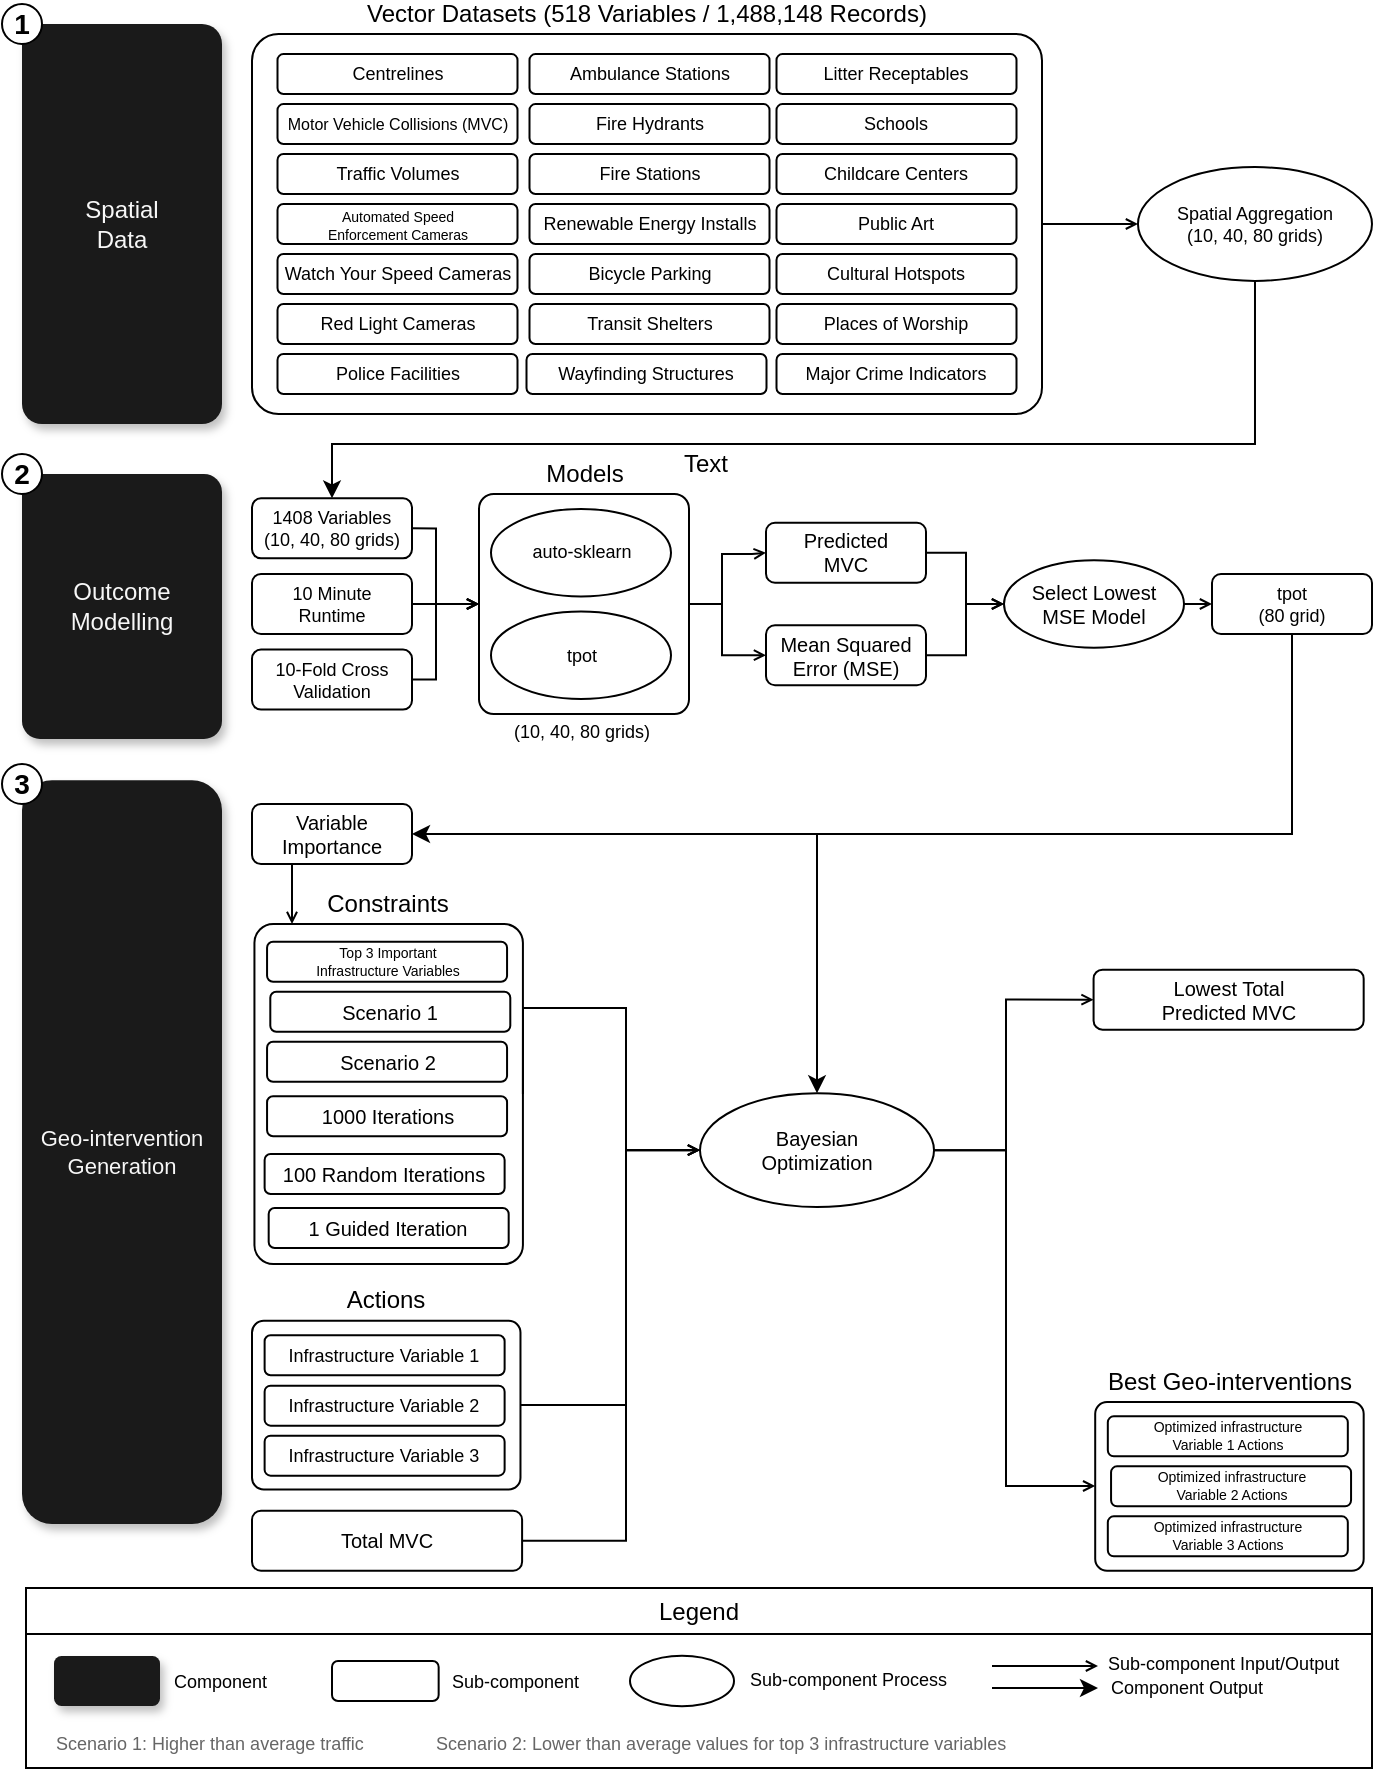
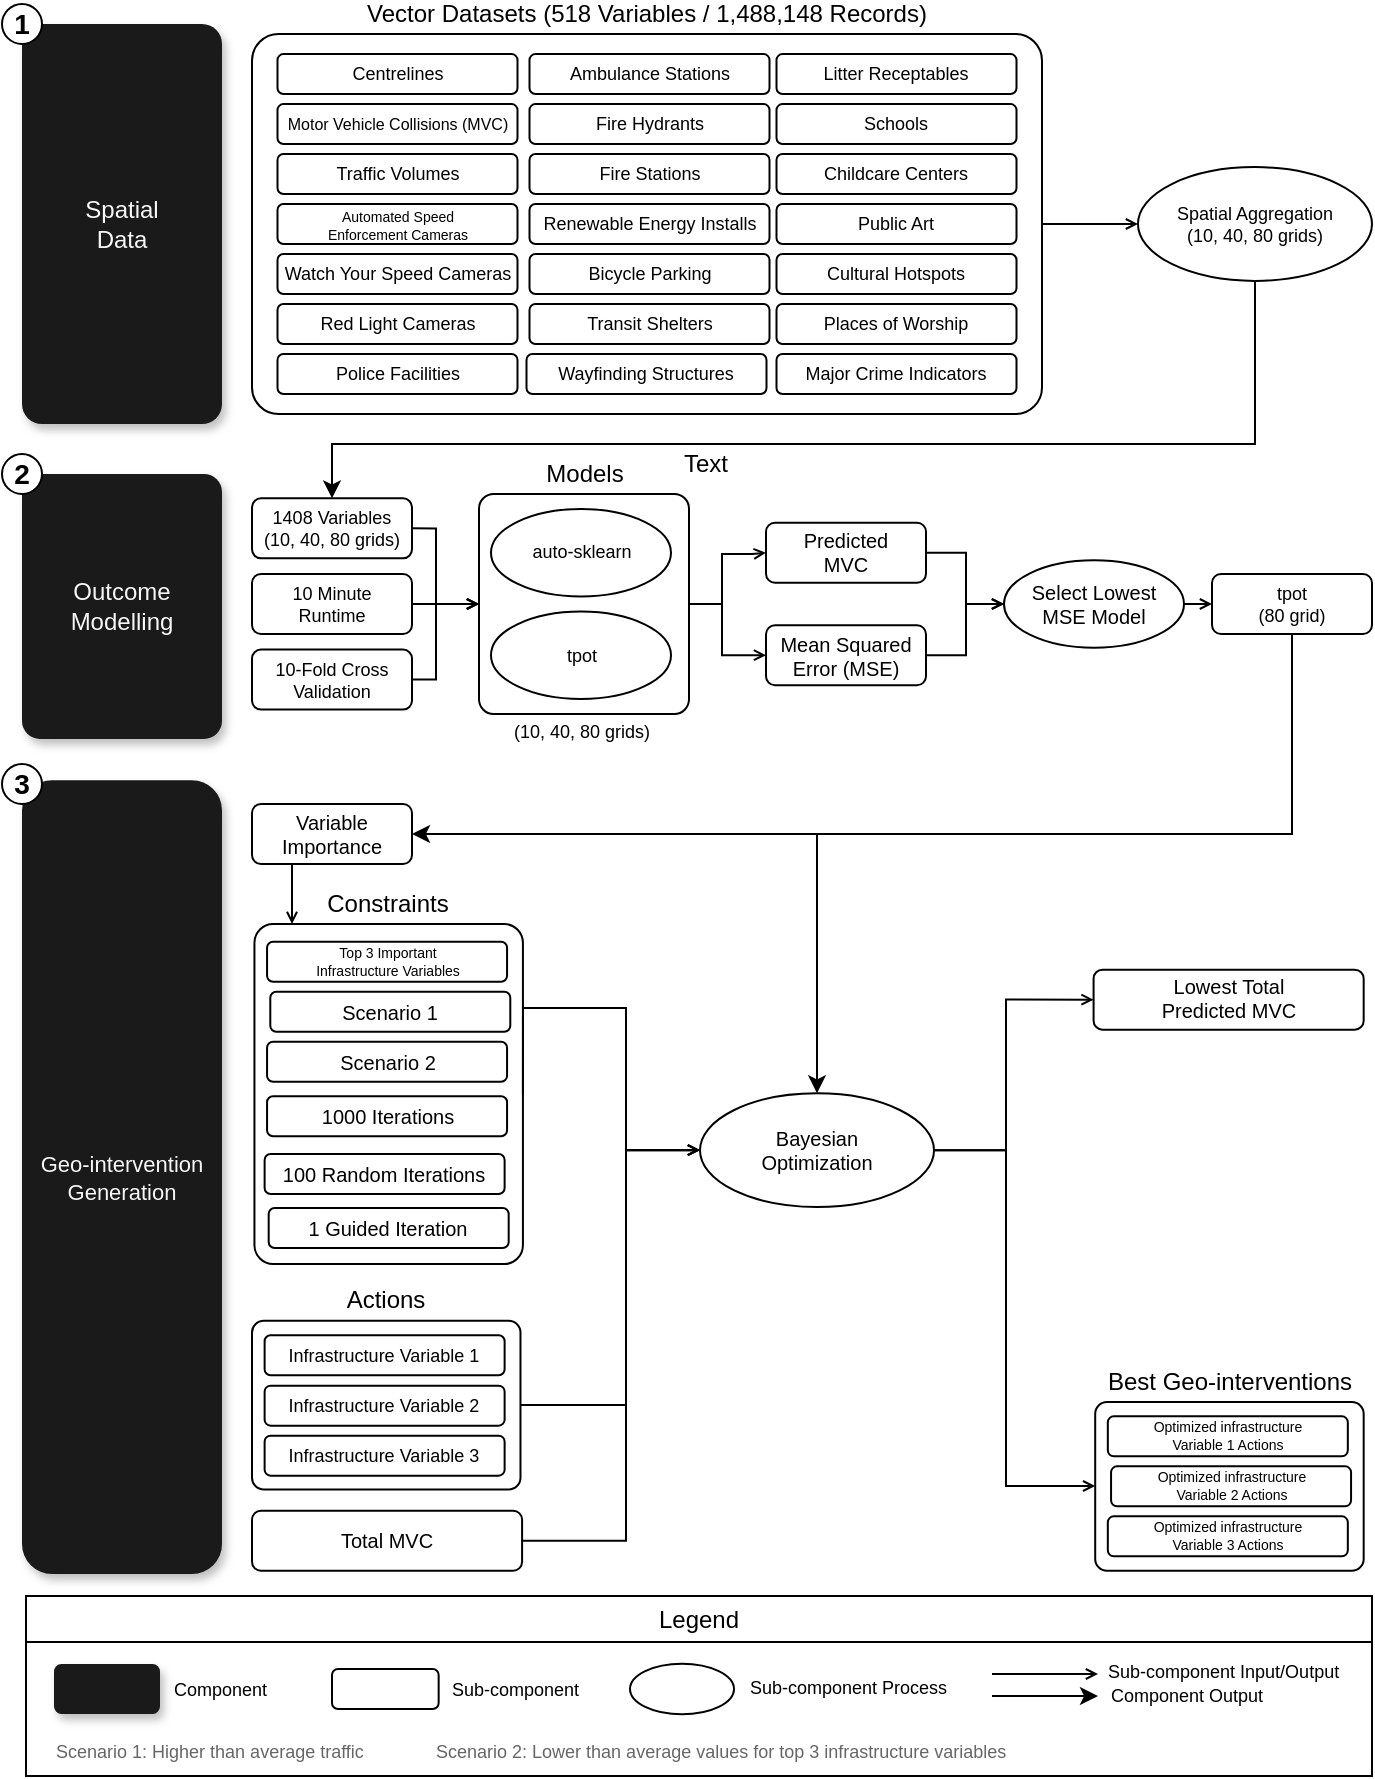
<mxfile host="Electron" agent="Mozilla/5.0 (Macintosh; Intel Mac OS X 10_15_7) AppleWebKit/537.36 (KHTML, like Gecko) draw.io/26.0.9 Chrome/128.0.6613.186 Electron/32.2.5 Safari/537.36" version="26.0.9">
  <diagram name="Page-1" id="8gdRkE0yfgIarTRspHVS">
-     <mxGraphModel dx="1185" dy="659" grid="1" gridSize="5" guides="1" tooltips="1" connect="1" arrows="1" fold="1" page="1" pageScale="1" pageWidth="700" pageHeight="900" math="1" shadow="0">
+     <mxGraphModel dx="701" dy="1154" grid="1" gridSize="5" guides="1" tooltips="1" connect="1" arrows="1" fold="1" page="1" pageScale="1" pageWidth="700" pageHeight="910" math="1" shadow="0">
      <root>
        <mxCell id="0" />
        <mxCell id="1" parent="0" />
        <mxCell id="H4vYK6OcZFrmIF_h3pnX-27" value="Models" style="rounded=1;whiteSpace=wrap;html=1;glass=0;fillColor=none;verticalAlign=top;spacing=0;spacingTop=-22;align=center;fontColor=#000000;strokeColor=#000000;spacingRight=0;spacingLeft=0;arcSize=7;" parent="1" vertex="1">
          <mxGeometry x="246.5" y="255" width="105" height="110" as="geometry" />
        </mxCell>
        <mxCell id="zVcd5So7Ncbx6f7flit7-27" value="1408 Variables&lt;div&gt;(10, 40, 80 grids)&lt;/div&gt;" style="rounded=1;whiteSpace=wrap;html=1;fontSize=9;" parent="1" vertex="1">
          <mxGeometry x="133" y="257.18" width="80" height="30" as="geometry" />
        </mxCell>
        <mxCell id="zVcd5So7Ncbx6f7flit7-28" value="10 Minute&lt;div&gt;Runtime&lt;/div&gt;" style="rounded=1;whiteSpace=wrap;html=1;strokeColor=#000000;fontColor=#000000;fontSize=9;" parent="1" vertex="1">
          <mxGeometry x="133" y="294.99" width="80" height="30" as="geometry" />
        </mxCell>
        <mxCell id="zVcd5So7Ncbx6f7flit7-45" style="edgeStyle=orthogonalEdgeStyle;rounded=0;orthogonalLoop=1;jettySize=auto;html=1;entryX=0;entryY=0.5;entryDx=0;entryDy=0;endArrow=open;endFill=0;endSize=4;startSize=4;exitX=1;exitY=0.5;exitDx=0;exitDy=0;" parent="1" source="H4vYK6OcZFrmIF_h3pnX-27" target="zVcd5So7Ncbx6f7flit7-31" edge="1">
          <mxGeometry relative="1" as="geometry">
            <Array as="points">
              <mxPoint x="368" y="310" />
              <mxPoint x="368" y="285" />
              <mxPoint x="383" y="285" />
            </Array>
          </mxGeometry>
        </mxCell>
        <mxCell id="Uf6OMud8qKE22yOZLW_d-1" style="edgeStyle=orthogonalEdgeStyle;rounded=0;orthogonalLoop=1;jettySize=auto;html=1;entryX=0;entryY=0.5;entryDx=0;entryDy=0;endArrow=open;endFill=0;endSize=4;startSize=4;exitX=1;exitY=0.5;exitDx=0;exitDy=0;" parent="1" source="H4vYK6OcZFrmIF_h3pnX-27" target="zVcd5So7Ncbx6f7flit7-46" edge="1">
          <mxGeometry relative="1" as="geometry">
            <Array as="points">
              <mxPoint x="368" y="310" />
              <mxPoint x="368" y="336" />
            </Array>
          </mxGeometry>
        </mxCell>
        <mxCell id="zVcd5So7Ncbx6f7flit7-30" value="auto-sklearn" style="ellipse;whiteSpace=wrap;html=1;fontColor=#000000;strokeColor=#000000;fontSize=9;" parent="1" vertex="1">
          <mxGeometry x="252.5" y="262.51" width="90" height="43.75" as="geometry" />
        </mxCell>
        <mxCell id="zVcd5So7Ncbx6f7flit7-49" style="edgeStyle=orthogonalEdgeStyle;rounded=0;orthogonalLoop=1;jettySize=auto;html=1;entryX=0;entryY=0.5;entryDx=0;entryDy=0;endArrow=open;endFill=0;endSize=4;startSize=4;" parent="1" source="zVcd5So7Ncbx6f7flit7-31" target="zVcd5So7Ncbx6f7flit7-33" edge="1">
          <mxGeometry relative="1" as="geometry" />
        </mxCell>
        <mxCell id="H4vYK6OcZFrmIF_h3pnX-34" value="Constraints" style="rounded=1;whiteSpace=wrap;html=1;glass=0;fillColor=none;verticalAlign=top;spacing=0;spacingTop=-22;align=center;fontColor=#000000;strokeColor=#000000;spacingRight=0;spacingLeft=0;arcSize=7;labelBackgroundColor=none;" parent="1" vertex="1">
          <mxGeometry x="134.22" y="470" width="134.24" height="170" as="geometry" />
        </mxCell>
        <mxCell id="zVcd5So7Ncbx6f7flit7-31" value="Predicted&lt;div&gt;MVC&lt;/div&gt;" style="rounded=1;whiteSpace=wrap;html=1;fontSize=10;" parent="1" vertex="1">
          <mxGeometry x="390" y="269.38" width="80" height="30" as="geometry" />
        </mxCell>
        <mxCell id="zVcd5So7Ncbx6f7flit7-33" value="Select Lowest&lt;div&gt;MSE Model&lt;/div&gt;" style="ellipse;whiteSpace=wrap;html=1;fontColor=#000000;strokeColor=#000000;fontSize=10;" parent="1" vertex="1">
          <mxGeometry x="509" y="288.12" width="90" height="43.75" as="geometry" />
        </mxCell>
        <mxCell id="zVcd5So7Ncbx6f7flit7-8" value="Vector Datasets (518 Variables / 1,488,148 Records)" style="rounded=1;whiteSpace=wrap;html=1;glass=0;fillColor=none;verticalAlign=top;spacing=0;spacingTop=-22;align=center;fontColor=#000000;strokeColor=#000000;spacingRight=0;spacingLeft=0;arcSize=7;" parent="1" vertex="1">
          <mxGeometry x="133" y="25" width="395" height="190" as="geometry" />
        </mxCell>
        <mxCell id="zVcd5So7Ncbx6f7flit7-48" style="edgeStyle=orthogonalEdgeStyle;rounded=0;orthogonalLoop=1;jettySize=auto;html=1;entryX=0.5;entryY=0;entryDx=0;entryDy=0;fontColor=#000000;exitX=0.5;exitY=1;exitDx=0;exitDy=0;" parent="1" source="zVcd5So7Ncbx6f7flit7-22" target="zVcd5So7Ncbx6f7flit7-27" edge="1">
          <mxGeometry relative="1" as="geometry">
            <Array as="points">
              <mxPoint x="635" y="230" />
              <mxPoint x="173" y="230" />
            </Array>
          </mxGeometry>
        </mxCell>
        <mxCell id="zVcd5So7Ncbx6f7flit7-22" value="Spatial Aggregation&lt;div&gt;(10, 40, 80 grids)&lt;/div&gt;" style="ellipse;whiteSpace=wrap;html=1;fontColor=#000000;strokeColor=#000000;fontSize=9;aspect=fixed;" parent="1" vertex="1">
          <mxGeometry x="575.99" y="91.56" width="117.01" height="56.88" as="geometry" />
        </mxCell>
        <mxCell id="zVcd5So7Ncbx6f7flit7-25" style="edgeStyle=orthogonalEdgeStyle;rounded=0;orthogonalLoop=1;jettySize=auto;html=1;entryX=0;entryY=0.5;entryDx=0;entryDy=0;fontColor=#000000;strokeColor=#000000;endArrow=open;endFill=0;endSize=4;startSize=4;" parent="1" source="zVcd5So7Ncbx6f7flit7-8" target="zVcd5So7Ncbx6f7flit7-22" edge="1">
          <mxGeometry relative="1" as="geometry" />
        </mxCell>
        <mxCell id="zVcd5So7Ncbx6f7flit7-46" value="Mean Squared Error (MSE)" style="rounded=1;whiteSpace=wrap;html=1;fontSize=10;fontColor=#000000;strokeColor=#000000;" parent="1" vertex="1">
          <mxGeometry x="390" y="320.62" width="80" height="30" as="geometry" />
        </mxCell>
        <mxCell id="zVcd5So7Ncbx6f7flit7-59" style="edgeStyle=orthogonalEdgeStyle;rounded=0;orthogonalLoop=1;jettySize=auto;html=1;entryX=0.5;entryY=0;entryDx=0;entryDy=0;endArrow=classic;endFill=1;" parent="1" source="zVcd5So7Ncbx6f7flit7-47" target="zVcd5So7Ncbx6f7flit7-55" edge="1">
          <mxGeometry relative="1" as="geometry">
            <Array as="points">
              <mxPoint x="653" y="425" />
              <mxPoint x="415" y="425" />
            </Array>
          </mxGeometry>
        </mxCell>
        <mxCell id="zVcd5So7Ncbx6f7flit7-64" style="edgeStyle=orthogonalEdgeStyle;rounded=0;orthogonalLoop=1;jettySize=auto;html=1;entryX=1;entryY=0.5;entryDx=0;entryDy=0;strokeColor=#000000;endArrow=classic;endFill=1;" parent="1" source="zVcd5So7Ncbx6f7flit7-47" target="zVcd5So7Ncbx6f7flit7-54" edge="1">
          <mxGeometry relative="1" as="geometry">
            <Array as="points">
              <mxPoint x="653" y="425" />
            </Array>
          </mxGeometry>
        </mxCell>
        <mxCell id="zVcd5So7Ncbx6f7flit7-47" value="&lt;div&gt;tpot&lt;/div&gt;&lt;div&gt;(80 grid)&lt;/div&gt;" style="rounded=1;whiteSpace=wrap;html=1;fontSize=9;" parent="1" vertex="1">
          <mxGeometry x="613" y="295" width="80" height="30" as="geometry" />
        </mxCell>
        <mxCell id="zVcd5So7Ncbx6f7flit7-50" style="edgeStyle=orthogonalEdgeStyle;rounded=0;orthogonalLoop=1;jettySize=auto;html=1;entryX=0;entryY=0.5;entryDx=0;entryDy=0;strokeColor=#000000;endArrow=open;endFill=0;endSize=4;startSize=4;fontColor=#000000;" parent="1" source="zVcd5So7Ncbx6f7flit7-46" target="zVcd5So7Ncbx6f7flit7-33" edge="1">
          <mxGeometry relative="1" as="geometry" />
        </mxCell>
        <mxCell id="zVcd5So7Ncbx6f7flit7-60" style="edgeStyle=orthogonalEdgeStyle;rounded=0;orthogonalLoop=1;jettySize=auto;html=1;endArrow=open;endFill=0;endSize=4;startSize=4;exitX=1;exitY=0.5;exitDx=0;exitDy=0;entryX=0;entryY=0.5;entryDx=0;entryDy=0;" parent="1" source="H4vYK6OcZFrmIF_h3pnX-57" target="zVcd5So7Ncbx6f7flit7-55" edge="1">
          <mxGeometry relative="1" as="geometry">
            <mxPoint x="285.24" y="619.1" as="sourcePoint" />
            <mxPoint x="410" y="610" as="targetPoint" />
            <Array as="points">
              <mxPoint x="320" y="710" />
              <mxPoint x="320" y="583" />
            </Array>
          </mxGeometry>
        </mxCell>
        <mxCell id="zVcd5So7Ncbx6f7flit7-62" style="edgeStyle=orthogonalEdgeStyle;rounded=0;orthogonalLoop=1;jettySize=auto;html=1;entryX=0;entryY=0.5;entryDx=0;entryDy=0;endArrow=open;endFill=0;endSize=4;startSize=4;exitX=1;exitY=0.5;exitDx=0;exitDy=0;" parent="1" source="H4vYK6OcZFrmIF_h3pnX-34" target="zVcd5So7Ncbx6f7flit7-55" edge="1">
          <mxGeometry relative="1" as="geometry">
            <Array as="points">
              <mxPoint x="320" y="512" />
              <mxPoint x="320" y="583" />
              <mxPoint x="357" y="583" />
            </Array>
          </mxGeometry>
        </mxCell>
        <mxCell id="zVcd5So7Ncbx6f7flit7-63" style="edgeStyle=orthogonalEdgeStyle;rounded=0;orthogonalLoop=1;jettySize=auto;html=1;fontColor=#000000;strokeColor=#000000;endArrow=open;endFill=0;endSize=4;startSize=4;exitX=0.25;exitY=1;exitDx=0;exitDy=0;" parent="1" source="zVcd5So7Ncbx6f7flit7-54" edge="1">
          <mxGeometry relative="1" as="geometry">
            <mxPoint x="155" y="450" as="sourcePoint" />
            <mxPoint x="153" y="470" as="targetPoint" />
            <Array as="points">
              <mxPoint x="153" y="470" />
            </Array>
          </mxGeometry>
        </mxCell>
        <mxCell id="zVcd5So7Ncbx6f7flit7-54" value="&lt;div&gt;Variable Importance&lt;/div&gt;" style="rounded=1;whiteSpace=wrap;html=1;strokeColor=#000000;fontColor=#000000;fontSize=10;" parent="1" vertex="1">
          <mxGeometry x="133" y="410" width="80" height="30" as="geometry" />
        </mxCell>
        <mxCell id="zVcd5So7Ncbx6f7flit7-66" style="edgeStyle=orthogonalEdgeStyle;rounded=0;orthogonalLoop=1;jettySize=auto;html=1;entryX=0;entryY=0.5;entryDx=0;entryDy=0;endArrow=open;endFill=0;endSize=4;startSize=4;exitX=1;exitY=0.5;exitDx=0;exitDy=0;" parent="1" source="zVcd5So7Ncbx6f7flit7-55" target="H4vYK6OcZFrmIF_h3pnX-66" edge="1">
          <mxGeometry relative="1" as="geometry">
            <mxPoint x="559" y="515" as="targetPoint" />
            <Array as="points">
              <mxPoint x="510" y="583" />
              <mxPoint x="510" y="508" />
            </Array>
          </mxGeometry>
        </mxCell>
        <mxCell id="zVcd5So7Ncbx6f7flit7-67" style="edgeStyle=orthogonalEdgeStyle;rounded=0;orthogonalLoop=1;jettySize=auto;html=1;entryX=0;entryY=0.5;entryDx=0;entryDy=0;endArrow=open;endFill=0;endSize=4;startSize=4;exitX=1;exitY=0.5;exitDx=0;exitDy=0;" parent="1" source="zVcd5So7Ncbx6f7flit7-55" target="H4vYK6OcZFrmIF_h3pnX-62" edge="1">
          <mxGeometry relative="1" as="geometry">
            <mxPoint x="559" y="625.96" as="targetPoint" />
            <Array as="points">
              <mxPoint x="510" y="583" />
              <mxPoint x="510" y="751" />
              <mxPoint x="555" y="751" />
            </Array>
          </mxGeometry>
        </mxCell>
        <mxCell id="zVcd5So7Ncbx6f7flit7-55" value="Bayesian&lt;div&gt;Optimization&lt;/div&gt;" style="ellipse;whiteSpace=wrap;html=1;fontColor=#000000;strokeColor=#000000;fontSize=10;" parent="1" vertex="1">
          <mxGeometry x="357" y="554.66" width="117.01" height="56.88" as="geometry" />
        </mxCell>
        <mxCell id="zVcd5So7Ncbx6f7flit7-65" style="edgeStyle=orthogonalEdgeStyle;rounded=0;orthogonalLoop=1;jettySize=auto;html=1;entryX=0;entryY=0.5;entryDx=0;entryDy=0;endArrow=open;endFill=0;endSize=4;startSize=4;exitX=1;exitY=0.5;exitDx=0;exitDy=0;" parent="1" source="H4vYK6OcZFrmIF_h3pnX-61" target="zVcd5So7Ncbx6f7flit7-55" edge="1">
          <mxGeometry relative="1" as="geometry">
            <mxPoint x="297.07000000000005" y="683.46" as="sourcePoint" />
            <Array as="points">
              <mxPoint x="320" y="778" />
              <mxPoint x="320" y="583" />
            </Array>
          </mxGeometry>
        </mxCell>
        <mxCell id="zVcd5So7Ncbx6f7flit7-68" value="Spatial&lt;div&gt;Data&lt;/div&gt;" style="rounded=1;whiteSpace=wrap;html=1;fillColor=#1A1A1A;strokeColor=none;shadow=1;fontColor=#F7F7F7;arcSize=10;" parent="1" vertex="1">
          <mxGeometry x="18" y="20" width="100" height="200" as="geometry" />
        </mxCell>
        <mxCell id="zVcd5So7Ncbx6f7flit7-69" value="Outcome&lt;div&gt;Modelling&lt;/div&gt;" style="rounded=1;whiteSpace=wrap;html=1;fillColor=#1A1A1A;strokeColor=none;shadow=1;fontColor=#F7F7F7;arcSize=9;" parent="1" vertex="1">
          <mxGeometry x="18" y="245" width="100" height="132.49" as="geometry" />
        </mxCell>
        <mxCell id="zVcd5So7Ncbx6f7flit7-70" value="1" style="ellipse;whiteSpace=wrap;html=1;aspect=fixed;fontStyle=1;fontSize=14;strokeWidth=1;" parent="1" vertex="1">
          <mxGeometry x="8" y="10" width="20" height="20" as="geometry" />
        </mxCell>
        <mxCell id="zVcd5So7Ncbx6f7flit7-71" value="2" style="ellipse;whiteSpace=wrap;html=1;aspect=fixed;fontStyle=1;fontSize=14;strokeWidth=1;" parent="1" vertex="1">
          <mxGeometry x="8" y="235" width="20" height="20" as="geometry" />
        </mxCell>
        <mxCell id="zVcd5So7Ncbx6f7flit7-72" value="Geo-intervention&lt;div&gt;Generation&lt;/div&gt;" style="rounded=1;whiteSpace=wrap;html=1;fillColor=#1A1A1A;strokeColor=none;shadow=1;fontColor=#F7F7F7;rotation=0;fontSize=11;" parent="1" vertex="1">
-           <mxGeometry x="18" y="398.13" width="100" height="371.87" as="geometry" />
+           <mxGeometry x="18" y="398.13" width="100" height="396.87" as="geometry" />
        </mxCell>
        <mxCell id="zVcd5So7Ncbx6f7flit7-73" value="3" style="ellipse;whiteSpace=wrap;html=1;aspect=fixed;fontStyle=1;fontSize=14;strokeWidth=1;" parent="1" vertex="1">
          <mxGeometry x="8" y="390" width="20" height="20" as="geometry" />
        </mxCell>
        <mxCell id="zVcd5So7Ncbx6f7flit7-83" value="" style="rounded=0;whiteSpace=wrap;html=1;" parent="1" vertex="1">
-           <mxGeometry x="20" y="822" width="673" height="70" as="geometry" />
+           <mxGeometry x="20" y="826" width="673" height="70" as="geometry" />
        </mxCell>
        <mxCell id="zVcd5So7Ncbx6f7flit7-108" value="Legend" style="rounded=0;whiteSpace=wrap;html=1;" parent="1" vertex="1">
-           <mxGeometry x="20" y="802" width="673" height="23" as="geometry" />
+           <mxGeometry x="20" y="806" width="673" height="23" as="geometry" />
        </mxCell>
        <mxCell id="H4vYK6OcZFrmIF_h3pnX-1" value="Centrelines" style="rounded=1;whiteSpace=wrap;html=1;fontSize=9;" parent="1" vertex="1">
          <mxGeometry x="145.75" y="35.040000000000006" width="120" height="20" as="geometry" />
        </mxCell>
        <mxCell id="H4vYK6OcZFrmIF_h3pnX-2" value="Motor Vehicle Collisions (MVC)" style="rounded=1;whiteSpace=wrap;html=1;fontSize=8;" parent="1" vertex="1">
          <mxGeometry x="145.75" y="60.03999999999999" width="120" height="20" as="geometry" />
        </mxCell>
        <mxCell id="H4vYK6OcZFrmIF_h3pnX-3" value="Ambulance Stations" style="rounded=1;whiteSpace=wrap;html=1;fontSize=9;" parent="1" vertex="1">
          <mxGeometry x="271.75" y="35.040000000000006" width="120" height="20" as="geometry" />
        </mxCell>
        <mxCell id="H4vYK6OcZFrmIF_h3pnX-4" value="Fire Hydrants" style="rounded=1;whiteSpace=wrap;html=1;fontSize=9;" parent="1" vertex="1">
          <mxGeometry x="271.75" y="60.03999999999999" width="120" height="20" as="geometry" />
        </mxCell>
        <mxCell id="H4vYK6OcZFrmIF_h3pnX-5" value="Litter Receptables" style="rounded=1;whiteSpace=wrap;html=1;fontSize=9;" parent="1" vertex="1">
          <mxGeometry x="395.25" y="35.040000000000006" width="120" height="20" as="geometry" />
        </mxCell>
        <mxCell id="H4vYK6OcZFrmIF_h3pnX-6" value="Schools" style="rounded=1;whiteSpace=wrap;html=1;fontSize=9;" parent="1" vertex="1">
          <mxGeometry x="395.25" y="60.03999999999999" width="120" height="20" as="geometry" />
        </mxCell>
        <mxCell id="H4vYK6OcZFrmIF_h3pnX-7" value="Traffic Volumes" style="rounded=1;whiteSpace=wrap;html=1;fontSize=9;" parent="1" vertex="1">
          <mxGeometry x="145.75" y="84.98" width="120" height="20" as="geometry" />
        </mxCell>
        <mxCell id="H4vYK6OcZFrmIF_h3pnX-8" value="Fire Stations" style="rounded=1;whiteSpace=wrap;html=1;fontSize=9;" parent="1" vertex="1">
          <mxGeometry x="271.75" y="84.98" width="120" height="20" as="geometry" />
        </mxCell>
        <mxCell id="H4vYK6OcZFrmIF_h3pnX-9" value="Childcare Centers" style="rounded=1;whiteSpace=wrap;html=1;fontSize=9;" parent="1" vertex="1">
          <mxGeometry x="395.25" y="84.98" width="120" height="20" as="geometry" />
        </mxCell>
        <mxCell id="H4vYK6OcZFrmIF_h3pnX-12" value="&lt;span style=&quot;font-size: 7px;&quot;&gt;Automated Speed&lt;/span&gt;&lt;div style=&quot;font-size: 7px;&quot;&gt;Enforcement Cameras&lt;/div&gt;" style="rounded=1;whiteSpace=wrap;html=1;fontSize=9;" parent="1" vertex="1">
          <mxGeometry x="145.75" y="109.98" width="120" height="20" as="geometry" />
        </mxCell>
        <mxCell id="H4vYK6OcZFrmIF_h3pnX-13" value="Watch Your Speed Cameras" style="rounded=1;whiteSpace=wrap;html=1;fontSize=9;" parent="1" vertex="1">
          <mxGeometry x="145.75" y="134.98" width="120" height="20" as="geometry" />
        </mxCell>
        <mxCell id="H4vYK6OcZFrmIF_h3pnX-14" value="Red Light Cameras" style="rounded=1;whiteSpace=wrap;html=1;fontSize=9;" parent="1" vertex="1">
          <mxGeometry x="145.75" y="159.98" width="120" height="20" as="geometry" />
        </mxCell>
        <mxCell id="H4vYK6OcZFrmIF_h3pnX-15" value="Police Facilities" style="rounded=1;whiteSpace=wrap;html=1;fontSize=9;" parent="1" vertex="1">
          <mxGeometry x="145.75" y="184.98" width="120" height="20" as="geometry" />
        </mxCell>
        <mxCell id="H4vYK6OcZFrmIF_h3pnX-16" value="Renewable Energy Installs" style="rounded=1;whiteSpace=wrap;html=1;fontSize=9;" parent="1" vertex="1">
          <mxGeometry x="271.75" y="109.98" width="120" height="20" as="geometry" />
        </mxCell>
        <mxCell id="H4vYK6OcZFrmIF_h3pnX-17" value="Bicycle Parking" style="rounded=1;whiteSpace=wrap;html=1;fontSize=9;" parent="1" vertex="1">
          <mxGeometry x="271.75" y="134.98" width="120" height="20" as="geometry" />
        </mxCell>
        <mxCell id="H4vYK6OcZFrmIF_h3pnX-18" value="Transit Shelters" style="rounded=1;whiteSpace=wrap;html=1;fontSize=9;" parent="1" vertex="1">
          <mxGeometry x="271.75" y="159.98" width="120" height="20" as="geometry" />
        </mxCell>
        <mxCell id="H4vYK6OcZFrmIF_h3pnX-19" value="Wayfinding Structures" style="rounded=1;whiteSpace=wrap;html=1;fontSize=9;" parent="1" vertex="1">
          <mxGeometry x="270.25" y="184.98" width="120" height="20" as="geometry" />
        </mxCell>
        <mxCell id="H4vYK6OcZFrmIF_h3pnX-20" value="Public Art" style="rounded=1;whiteSpace=wrap;html=1;fontSize=9;" parent="1" vertex="1">
          <mxGeometry x="395.25" y="109.99000000000001" width="120" height="20" as="geometry" />
        </mxCell>
        <mxCell id="H4vYK6OcZFrmIF_h3pnX-21" value="Cultural Hotspots" style="rounded=1;whiteSpace=wrap;html=1;fontSize=9;" parent="1" vertex="1">
          <mxGeometry x="395.25" y="134.98" width="120" height="20" as="geometry" />
        </mxCell>
        <mxCell id="H4vYK6OcZFrmIF_h3pnX-22" value="Places of Worship" style="rounded=1;whiteSpace=wrap;html=1;fontSize=9;" parent="1" vertex="1">
          <mxGeometry x="395.25" y="159.98" width="120" height="20" as="geometry" />
        </mxCell>
        <mxCell id="H4vYK6OcZFrmIF_h3pnX-23" value="Major Crime Indicators" style="rounded=1;whiteSpace=wrap;html=1;fontSize=9;" parent="1" vertex="1">
          <mxGeometry x="395.25" y="184.98" width="120" height="20" as="geometry" />
        </mxCell>
        <mxCell id="H4vYK6OcZFrmIF_h3pnX-26" value="tpot" style="ellipse;whiteSpace=wrap;html=1;fontColor=#000000;strokeColor=#000000;fontSize=9;" parent="1" vertex="1">
          <mxGeometry x="252.5" y="313.74" width="90" height="43.75" as="geometry" />
        </mxCell>
        <mxCell id="H4vYK6OcZFrmIF_h3pnX-31" style="edgeStyle=orthogonalEdgeStyle;rounded=0;orthogonalLoop=1;jettySize=auto;html=1;entryX=0;entryY=0.5;entryDx=0;entryDy=0;endArrow=open;endFill=0;endSize=4;startSize=4;exitX=1;exitY=0.5;exitDx=0;exitDy=0;" parent="1" source="zVcd5So7Ncbx6f7flit7-27" target="H4vYK6OcZFrmIF_h3pnX-27" edge="1">
          <mxGeometry relative="1" as="geometry">
            <mxPoint x="218" y="286.02" as="sourcePoint" />
            <mxPoint x="252" y="255.01999999999998" as="targetPoint" />
            <Array as="points">
              <mxPoint x="225" y="272" />
              <mxPoint x="225" y="310" />
            </Array>
          </mxGeometry>
        </mxCell>
        <mxCell id="H4vYK6OcZFrmIF_h3pnX-32" style="edgeStyle=orthogonalEdgeStyle;rounded=0;orthogonalLoop=1;jettySize=auto;html=1;entryX=0;entryY=0.5;entryDx=0;entryDy=0;strokeColor=#000000;endArrow=open;endFill=0;endSize=4;startSize=4;fontColor=#000000;exitX=1;exitY=0.5;exitDx=0;exitDy=0;" parent="1" source="zVcd5So7Ncbx6f7flit7-33" target="zVcd5So7Ncbx6f7flit7-47" edge="1">
          <mxGeometry relative="1" as="geometry">
            <mxPoint x="468" y="341" as="sourcePoint" />
            <mxPoint x="508" y="315" as="targetPoint" />
          </mxGeometry>
        </mxCell>
        <mxCell id="H4vYK6OcZFrmIF_h3pnX-33" value="(10, 40, 80 grids)" style="text;html=1;align=center;verticalAlign=middle;whiteSpace=wrap;rounded=0;fontSize=9;" parent="1" vertex="1">
          <mxGeometry x="244.75" y="361" width="105.5" height="25" as="geometry" />
        </mxCell>
        <mxCell id="H4vYK6OcZFrmIF_h3pnX-48" value="&lt;font&gt;Scenario 1: Higher than average traffic&lt;/font&gt;" style="text;html=1;align=left;verticalAlign=middle;whiteSpace=wrap;rounded=0;fontSize=9;fontColor=#666666;" parent="1" vertex="1">
-           <mxGeometry x="33" y="872" width="160" height="15" as="geometry" />
+           <mxGeometry x="33" y="876" width="160" height="15" as="geometry" />
        </mxCell>
        <mxCell id="H4vYK6OcZFrmIF_h3pnX-49" value="&lt;font&gt;Scenario 2: Lower than average values for top 3 infrastructure variables&lt;/font&gt;" style="text;html=1;align=left;verticalAlign=middle;whiteSpace=wrap;rounded=0;fontSize=9;fontColor=#666666;" parent="1" vertex="1">
-           <mxGeometry x="223.25" y="872" width="309.75" height="15" as="geometry" />
+           <mxGeometry x="223.25" y="876" width="309.75" height="15" as="geometry" />
        </mxCell>
        <mxCell id="H4vYK6OcZFrmIF_h3pnX-50" value="" style="group" parent="1" vertex="1" connectable="0">
-           <mxGeometry x="503" y="841" width="53" height="11" as="geometry" />
+           <mxGeometry x="503" y="845" width="53" height="11" as="geometry" />
        </mxCell>
        <mxCell id="zVcd5So7Ncbx6f7flit7-89" style="edgeStyle=orthogonalEdgeStyle;rounded=0;orthogonalLoop=1;jettySize=auto;html=1;endArrow=open;endFill=0;endSize=4;startSize=4;" parent="H4vYK6OcZFrmIF_h3pnX-50" edge="1">
          <mxGeometry relative="1" as="geometry">
            <mxPoint as="sourcePoint" />
            <mxPoint x="53" as="targetPoint" />
          </mxGeometry>
        </mxCell>
        <mxCell id="zVcd5So7Ncbx6f7flit7-90" value="Sub-component Input/Output" style="edgeLabel;html=1;align=left;verticalAlign=middle;resizable=0;points=[];fontSize=9;" parent="zVcd5So7Ncbx6f7flit7-89" vertex="1" connectable="0">
          <mxGeometry x="0.24" y="-3" relative="1" as="geometry">
            <mxPoint x="23" y="-4" as="offset" />
          </mxGeometry>
        </mxCell>
        <mxCell id="zVcd5So7Ncbx6f7flit7-97" style="rounded=0;orthogonalLoop=1;jettySize=auto;html=1;" parent="H4vYK6OcZFrmIF_h3pnX-50" edge="1">
          <mxGeometry relative="1" as="geometry">
            <mxPoint y="11" as="sourcePoint" />
            <mxPoint x="53" y="11" as="targetPoint" />
          </mxGeometry>
        </mxCell>
        <mxCell id="zVcd5So7Ncbx6f7flit7-98" value="Component Output" style="edgeLabel;html=1;align=center;verticalAlign=middle;resizable=0;points=[];fontSize=9;" parent="zVcd5So7Ncbx6f7flit7-97" vertex="1" connectable="0">
          <mxGeometry x="0.1282" y="-2" relative="1" as="geometry">
            <mxPoint x="67" y="-2" as="offset" />
          </mxGeometry>
        </mxCell>
        <mxCell id="zVcd5So7Ncbx6f7flit7-93" value="" style="rounded=1;whiteSpace=wrap;html=1;fillColor=#1A1A1A;strokeColor=none;shadow=1;fontColor=#F7F7F7;rotation=0;fontSize=11;" parent="1" vertex="1">
-           <mxGeometry x="34" y="836" width="53" height="25" as="geometry" />
+           <mxGeometry x="34" y="840" width="53" height="25" as="geometry" />
        </mxCell>
        <mxCell id="zVcd5So7Ncbx6f7flit7-94" value="Component" style="text;html=1;align=left;verticalAlign=middle;whiteSpace=wrap;rounded=0;fontSize=9;" parent="1" vertex="1">
-           <mxGeometry x="92" y="843.5" width="115" height="10" as="geometry" />
+           <mxGeometry x="92" y="847.5" width="115" height="10" as="geometry" />
        </mxCell>
        <mxCell id="zVcd5So7Ncbx6f7flit7-105" value="" style="group" parent="1" vertex="1" connectable="0">
-           <mxGeometry x="298" y="835.85" width="173" height="25.29000000000002" as="geometry" />
+           <mxGeometry x="298" y="839.85" width="173" height="25.29000000000002" as="geometry" />
        </mxCell>
        <mxCell id="zVcd5So7Ncbx6f7flit7-103" value="" style="ellipse;whiteSpace=wrap;html=1;fontColor=#000000;strokeColor=#000000;fontSize=12;aspect=fixed;" parent="zVcd5So7Ncbx6f7flit7-105" vertex="1">
          <mxGeometry x="24" width="52" height="25.29" as="geometry" />
        </mxCell>
        <mxCell id="zVcd5So7Ncbx6f7flit7-104" value="Sub-component Process" style="text;html=1;align=left;verticalAlign=middle;whiteSpace=wrap;rounded=0;fontSize=9;" parent="zVcd5So7Ncbx6f7flit7-105" vertex="1">
          <mxGeometry x="82" y="7.639999999999986" width="115" height="10" as="geometry" />
        </mxCell>
        <mxCell id="H4vYK6OcZFrmIF_h3pnX-51" value="" style="group" parent="1" vertex="1" connectable="0">
-           <mxGeometry x="173" y="838.5" width="173" height="20" as="geometry" />
+           <mxGeometry x="173" y="842.5" width="173" height="20" as="geometry" />
        </mxCell>
        <mxCell id="zVcd5So7Ncbx6f7flit7-91" value="Sub-component" style="text;html=1;align=left;verticalAlign=middle;whiteSpace=wrap;rounded=0;fontSize=9;" parent="H4vYK6OcZFrmIF_h3pnX-51" vertex="1">
          <mxGeometry x="58" y="5" width="115" height="10" as="geometry" />
        </mxCell>
        <mxCell id="zVcd5So7Ncbx6f7flit7-84" value="" style="rounded=1;whiteSpace=wrap;html=1;fontSize=9;align=left;spacing=0;spacingLeft=60;aspect=fixed;" parent="H4vYK6OcZFrmIF_h3pnX-51" vertex="1">
          <mxGeometry width="53.33" height="20" as="geometry" />
        </mxCell>
        <mxCell id="H4vYK6OcZFrmIF_h3pnX-52" value="&lt;span&gt;Top 3 Important&lt;/span&gt;&lt;div&gt;&lt;span&gt;Infrastructure Variables&lt;/span&gt;&lt;/div&gt;" style="rounded=1;whiteSpace=wrap;html=1;fontSize=7;" parent="1" vertex="1">
          <mxGeometry x="140.53" y="478.91" width="120" height="20" as="geometry" />
        </mxCell>
        <mxCell id="H4vYK6OcZFrmIF_h3pnX-54" value="&lt;span&gt;Scenario 1&lt;/span&gt;" style="rounded=1;whiteSpace=wrap;html=1;fontSize=10;" parent="1" vertex="1">
          <mxGeometry x="142.15" y="503.91" width="120" height="20" as="geometry" />
        </mxCell>
        <mxCell id="H4vYK6OcZFrmIF_h3pnX-55" value="&lt;span&gt;Scenario 2&lt;/span&gt;" style="rounded=1;whiteSpace=wrap;html=1;fontSize=10;" parent="1" vertex="1">
          <mxGeometry x="140.53" y="528.9100000000001" width="120" height="20" as="geometry" />
        </mxCell>
        <mxCell id="H4vYK6OcZFrmIF_h3pnX-57" value="Actions" style="rounded=1;whiteSpace=wrap;html=1;glass=0;fillColor=none;verticalAlign=top;spacing=0;spacingTop=-22;align=center;fontColor=#000000;strokeColor=#000000;spacingRight=0;spacingLeft=0;arcSize=7;labelBackgroundColor=none;" parent="1" vertex="1">
          <mxGeometry x="133" y="668.36" width="134.24" height="84.36" as="geometry" />
        </mxCell>
        <mxCell id="H4vYK6OcZFrmIF_h3pnX-58" value="Infrastructure Variable 1" style="rounded=1;whiteSpace=wrap;html=1;fontSize=9;" parent="1" vertex="1">
          <mxGeometry x="139.31" y="675.64" width="120" height="20" as="geometry" />
        </mxCell>
        <mxCell id="H4vYK6OcZFrmIF_h3pnX-59" value="&lt;span&gt;Infrastructure Variable 2&lt;/span&gt;" style="rounded=1;whiteSpace=wrap;html=1;fontSize=9;" parent="1" vertex="1">
          <mxGeometry x="139.31" y="700.8199999999999" width="120" height="20" as="geometry" />
        </mxCell>
        <mxCell id="H4vYK6OcZFrmIF_h3pnX-60" value="&lt;span&gt;Infrastructure Variable 3&lt;/span&gt;" style="rounded=1;whiteSpace=wrap;html=1;fontSize=9;" parent="1" vertex="1">
          <mxGeometry x="139.31" y="725.82" width="120" height="20" as="geometry" />
        </mxCell>
        <mxCell id="H4vYK6OcZFrmIF_h3pnX-61" value="Total MVC" style="rounded=1;whiteSpace=wrap;html=1;fontSize=10;" parent="1" vertex="1">
          <mxGeometry x="133" y="763.36" width="135.05" height="30" as="geometry" />
        </mxCell>
        <mxCell id="H4vYK6OcZFrmIF_h3pnX-62" value="Best Geo-interventions" style="rounded=1;whiteSpace=wrap;html=1;glass=0;fillColor=none;verticalAlign=top;spacing=0;spacingTop=-22;align=center;fontColor=#000000;strokeColor=#000000;spacingRight=0;spacingLeft=0;arcSize=7;labelBackgroundColor=none;" parent="1" vertex="1">
          <mxGeometry x="554.6" y="709" width="134.24" height="84.36" as="geometry" />
        </mxCell>
        <mxCell id="H4vYK6OcZFrmIF_h3pnX-63" value="Optimized infrastructure&lt;div&gt;Variable 1 Actions&lt;/div&gt;" style="rounded=1;whiteSpace=wrap;html=1;fontSize=7;" parent="1" vertex="1">
          <mxGeometry x="560.91" y="716.18" width="120" height="20" as="geometry" />
        </mxCell>
        <mxCell id="H4vYK6OcZFrmIF_h3pnX-64" value="Optimized infrastructure&lt;div&gt;Variable 2 Actions&lt;/div&gt;" style="rounded=1;whiteSpace=wrap;html=1;fontSize=7;" parent="1" vertex="1">
          <mxGeometry x="562.5300000000001" y="741.18" width="120" height="20" as="geometry" />
        </mxCell>
        <mxCell id="H4vYK6OcZFrmIF_h3pnX-65" value="Optimized infrastructure&lt;div&gt;Variable 3 Actions&lt;/div&gt;" style="rounded=1;whiteSpace=wrap;html=1;fontSize=7;" parent="1" vertex="1">
          <mxGeometry x="560.91" y="766.1800000000001" width="120" height="20" as="geometry" />
        </mxCell>
-         <mxCell id="H4vYK6OcZFrmIF_h3pnX-66" value="Lowest Total&lt;div&gt;Predicted MVC&lt;/div&gt;" style="rounded=1;whiteSpace=wrap;html=1;fontSize=10;" parent="1" vertex="1">
+         <mxCell id="H4vYK6OcZFrmIF_h3pnX-66" value="Lowest Total&lt;div&gt;Predicted MVC&lt;/div&gt;" style="rounded=1;whiteSpace=wrap;html=1;fontSize=10;spacingTop=-2;" parent="1" vertex="1">
          <mxGeometry x="553.79" y="492.82000000000005" width="135.05" height="30" as="geometry" />
        </mxCell>
        <mxCell id="H4vYK6OcZFrmIF_h3pnX-69" value="&lt;span&gt;1000 Iterations&lt;/span&gt;" style="rounded=1;whiteSpace=wrap;html=1;fontSize=10;" parent="1" vertex="1">
          <mxGeometry x="140.53" y="556.09" width="120" height="20" as="geometry" />
        </mxCell>
        <mxCell id="wSrt-C2378grb9r9hSUO-1" value="10-Fold Cross Validation" style="rounded=1;whiteSpace=wrap;html=1;strokeColor=#000000;fontColor=#000000;fontSize=9;" parent="1" vertex="1">
          <mxGeometry x="133" y="332.8" width="80" height="30" as="geometry" />
        </mxCell>
        <mxCell id="wSrt-C2378grb9r9hSUO-2" style="edgeStyle=orthogonalEdgeStyle;rounded=0;orthogonalLoop=1;jettySize=auto;html=1;entryX=0;entryY=0.5;entryDx=0;entryDy=0;endArrow=open;endFill=0;endSize=4;startSize=4;exitX=1;exitY=0.5;exitDx=0;exitDy=0;" parent="1" source="wSrt-C2378grb9r9hSUO-1" target="H4vYK6OcZFrmIF_h3pnX-27" edge="1">
          <mxGeometry relative="1" as="geometry">
            <mxPoint x="218" y="326" as="sourcePoint" />
            <mxPoint x="252" y="315" as="targetPoint" />
            <Array as="points">
              <mxPoint x="225" y="348" />
              <mxPoint x="225" y="310" />
            </Array>
          </mxGeometry>
        </mxCell>
        <mxCell id="wSrt-C2378grb9r9hSUO-3" style="edgeStyle=orthogonalEdgeStyle;rounded=0;orthogonalLoop=1;jettySize=auto;html=1;entryX=0;entryY=0.5;entryDx=0;entryDy=0;endArrow=open;endFill=0;endSize=4;startSize=4;exitX=1;exitY=0.5;exitDx=0;exitDy=0;" parent="1" source="zVcd5So7Ncbx6f7flit7-28" target="H4vYK6OcZFrmIF_h3pnX-27" edge="1">
          <mxGeometry relative="1" as="geometry">
            <mxPoint x="218" y="353" as="sourcePoint" />
            <mxPoint x="252" y="315" as="targetPoint" />
            <Array as="points">
              <mxPoint x="235" y="310" />
              <mxPoint x="235" y="310" />
            </Array>
          </mxGeometry>
        </mxCell>
-         <mxCell id="rwJK5hasudbogyM0Jc3B-1" value="&lt;span&gt;100 Random Iterations&lt;/span&gt;" style="rounded=1;whiteSpace=wrap;html=1;fontSize=10;" vertex="1" parent="1">
+         <mxCell id="rwJK5hasudbogyM0Jc3B-1" value="&lt;span&gt;100 Random Iterations&lt;/span&gt;" style="rounded=1;whiteSpace=wrap;html=1;fontSize=10;" parent="1" vertex="1">
          <mxGeometry x="139.31" y="585" width="120" height="20" as="geometry" />
        </mxCell>
-         <mxCell id="rwJK5hasudbogyM0Jc3B-2" value="&lt;span&gt;1 Guided Iteration&lt;/span&gt;" style="rounded=1;whiteSpace=wrap;html=1;fontSize=10;" vertex="1" parent="1">
+         <mxCell id="rwJK5hasudbogyM0Jc3B-2" value="&lt;span&gt;1 Guided Iteration&lt;/span&gt;" style="rounded=1;whiteSpace=wrap;html=1;fontSize=10;" parent="1" vertex="1">
          <mxGeometry x="141.34" y="612" width="120" height="20" as="geometry" />
        </mxCell>
-         <mxCell id="rwJK5hasudbogyM0Jc3B-3" value="Text" style="text;strokeColor=none;align=center;fillColor=none;html=1;verticalAlign=middle;whiteSpace=wrap;rounded=0;" vertex="1" parent="1">
+         <mxCell id="rwJK5hasudbogyM0Jc3B-3" value="Text" style="text;strokeColor=none;align=center;fillColor=none;html=1;verticalAlign=middle;whiteSpace=wrap;rounded=0;" parent="1" vertex="1">
          <mxGeometry x="330" y="225" width="60" height="30" as="geometry" />
        </mxCell>
      </root>
    </mxGraphModel>
  </diagram>
</mxfile>
